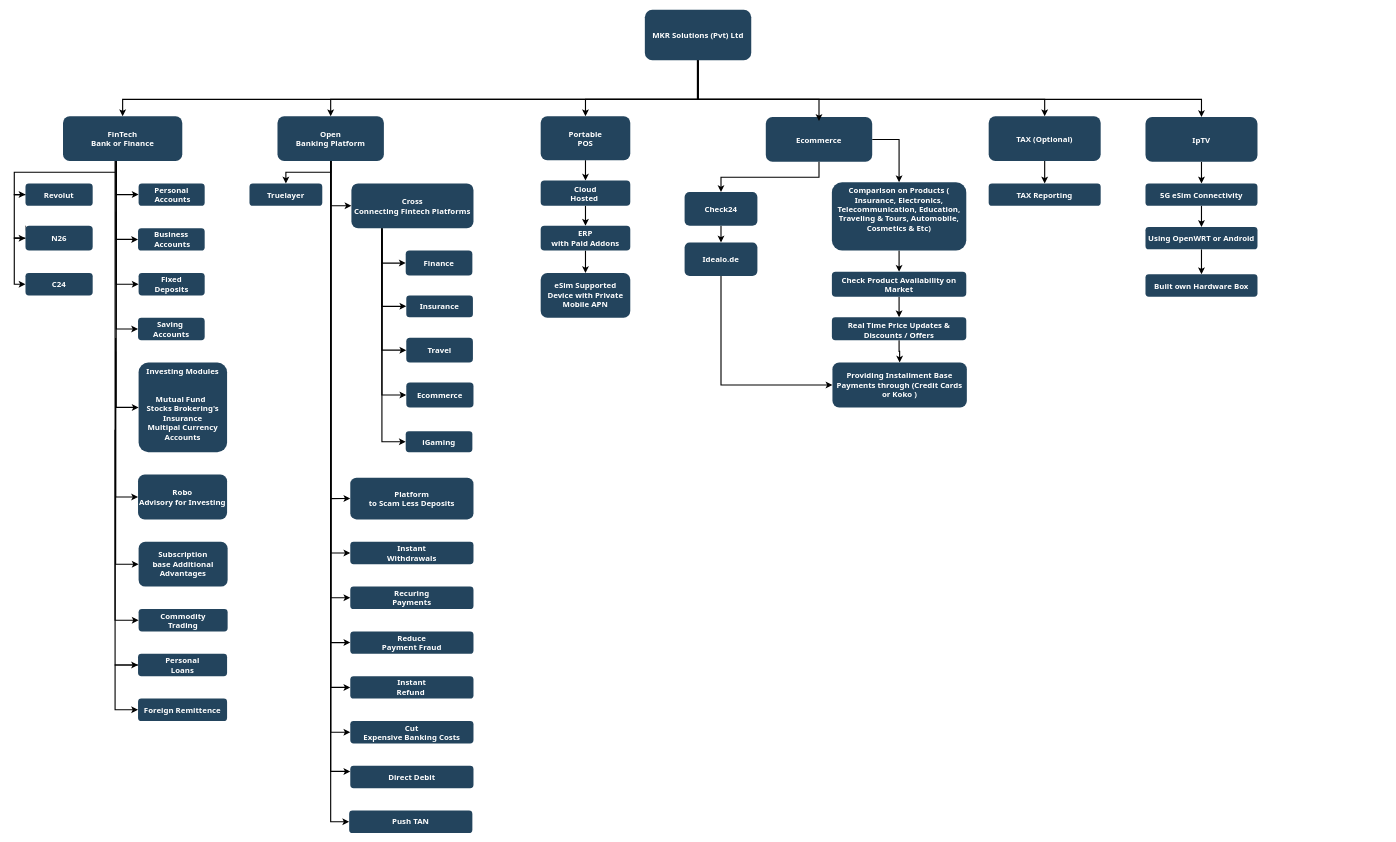
Before: MKR.drawio in sachini9427/MKR, a draw.io diagram. Source tidied: cells renumbered, new cells numbered last; positions are measured from the earlier drawing's top-left corner, leaving out a move shared by most shapes. Both pictures are drawn from the tidied source at 56%, with x=0, y=0 at pixel (14, 10).
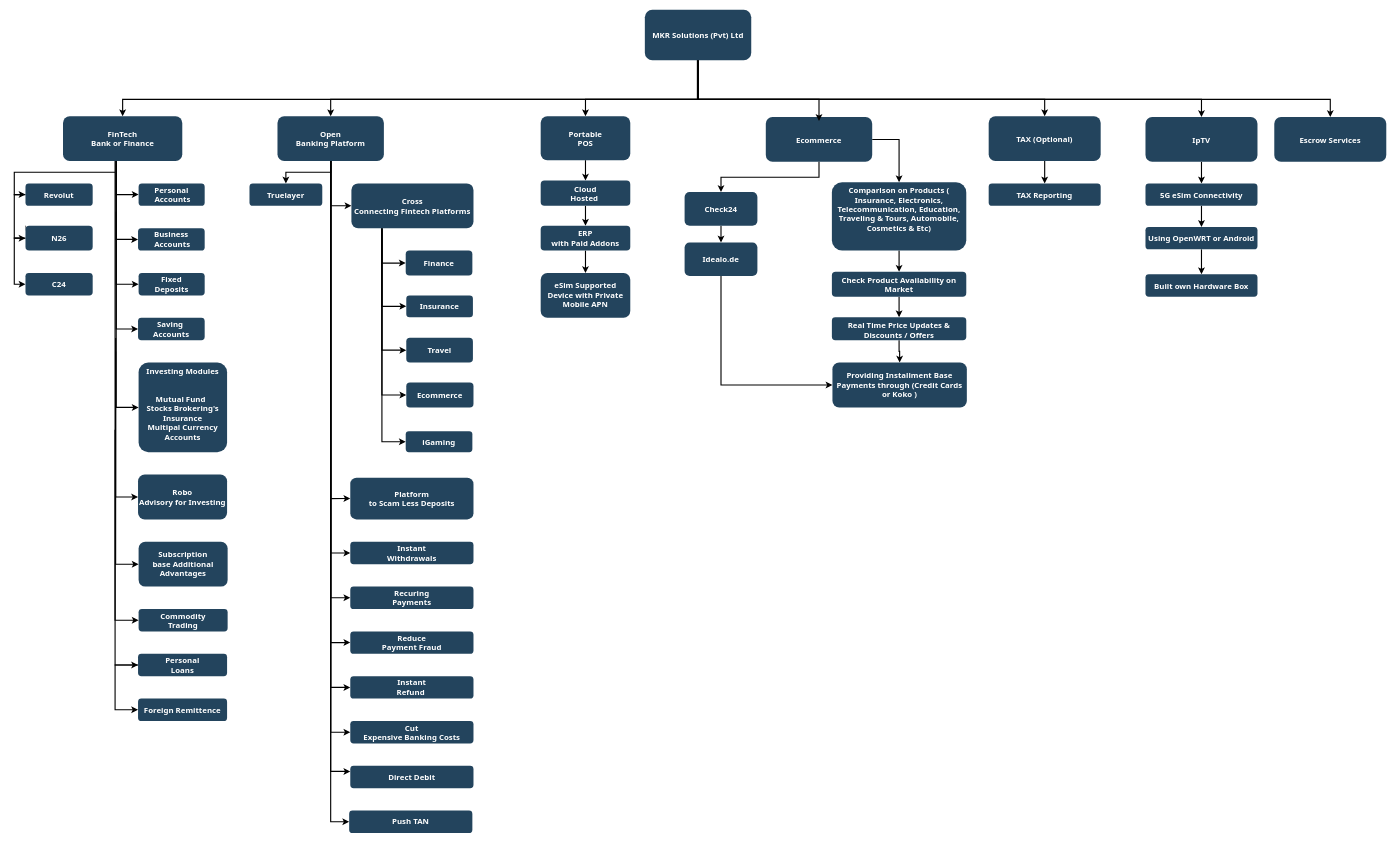
After the change.

The change refers to these unchanged cells:
```xml
<mxCell id="6" value="MKR Solutions (Pvt) Ltd" style="rounded=1;fillColor=#23445D;gradientColor=none;strokeColor=none;fontColor=#FFFFFF;fontStyle=1;fontFamily=Tahoma;fontSize=14;" parent="1" vertex="1">
  <mxGeometry x="1126" width="190" height="90" as="geometry" />
</mxCell>
```

Change to the diagram source:
```diff
@@
+    <mxCell id="101" style="edgeStyle=orthogonalEdgeStyle;rounded=0;jettySize=auto;html=1;exitX=0.5;exitY=1;exitDx=0;exitDy=0;strokeWidth=2;" parent="1" edge="1" source="6" target="102">
+      <mxGeometry relative="1" as="geometry">
+        <Array as="points">
+          <mxPoint x="1221" y="160" />
+          <mxPoint x="2350" y="160" />
+        </Array>
+      </mxGeometry>
+    </mxCell>
@@
+    <mxCell id="102" value="Escrow Services" style="rounded=1;fillColor=#23445D;gradientColor=none;strokeColor=none;fontColor=#FFFFFF;fontStyle=1;fontFamily=Tahoma;fontSize=14;" parent="1" vertex="1">
+      <mxGeometry x="2250" y="191.5" width="200" height="80" as="geometry" />
+    </mxCell>
```
